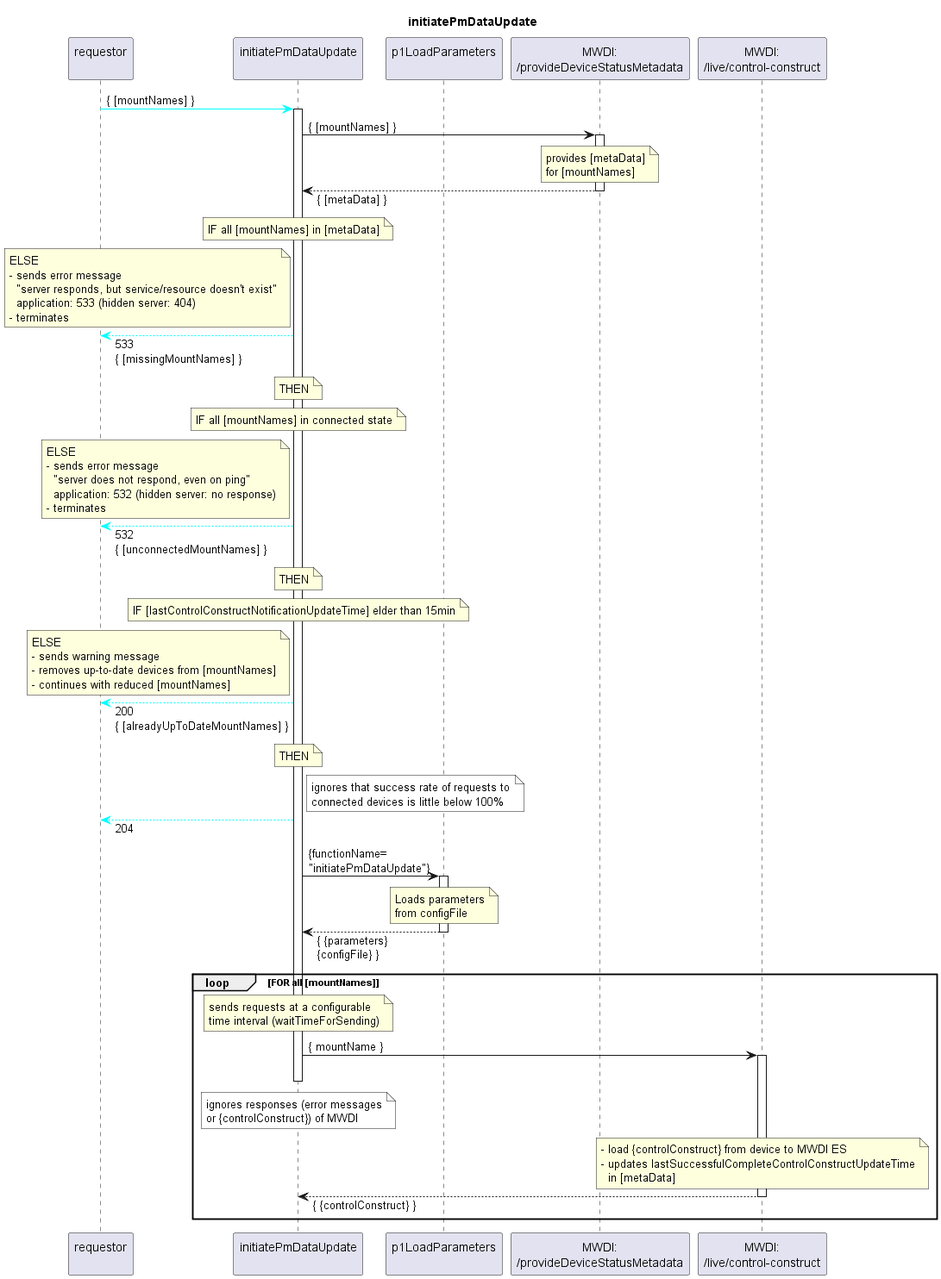
This is spec/Services/initiatePmDataUpdate/1.0.0/initiatePmDataUpdate.png from openBackhaul/DevicePerformanceManagementDataProcessor, a PlantUML export, as it was before one commit.
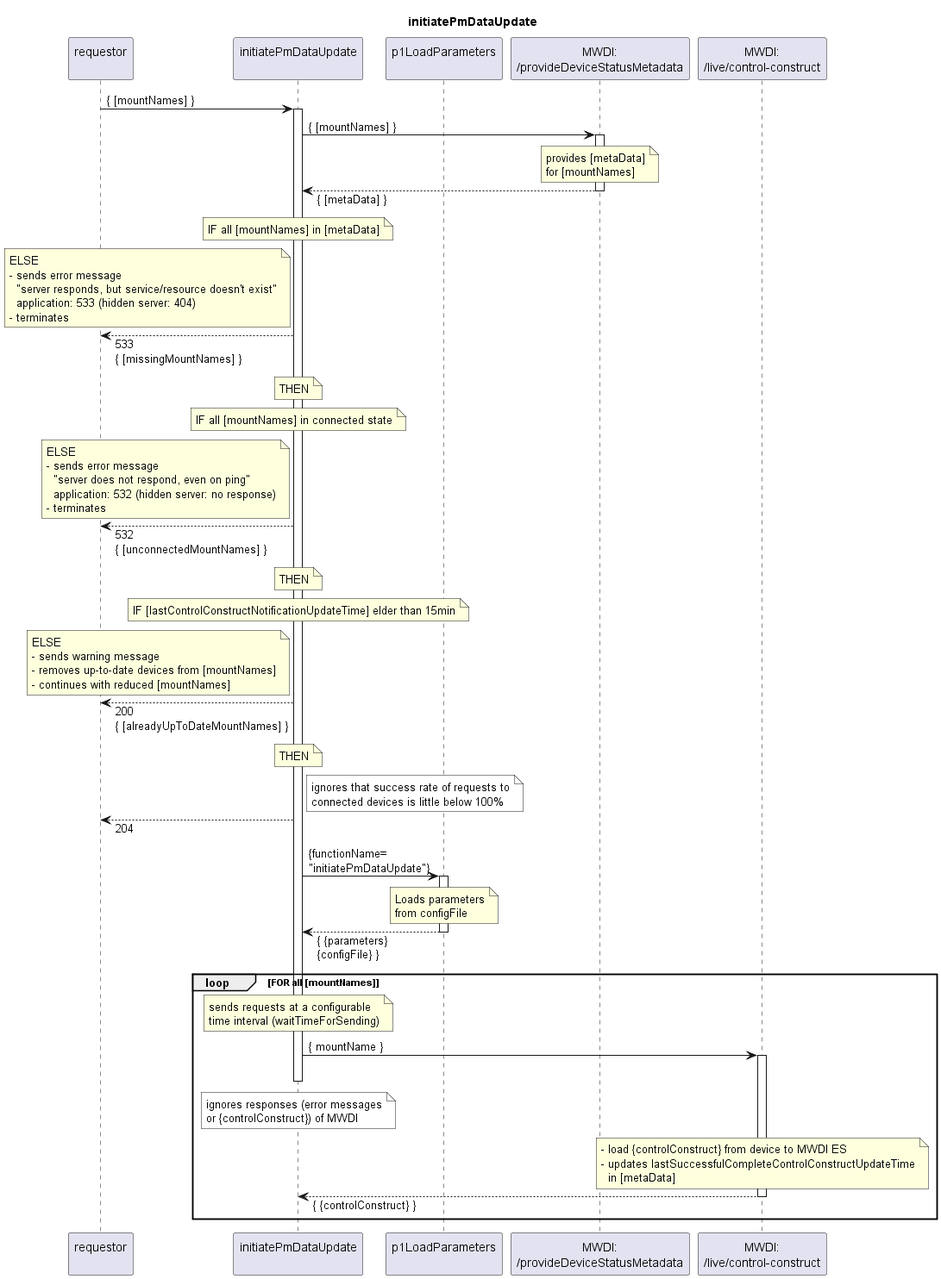
The same file after the commit.

The edit, as a diff of the source:
```diff
@@ -11,7 +11,7 @@
 participant "MWDI:\n/provideDeviceStatusMetadata" as mwdiMeta
 participant "MWDI:\n/live/control-construct" as mwdiLive
 
-tool -[#Cyan]> initUpdate : { [mountNames] }
+tool -> initUpdate : { [mountNames] }
 activate initUpdate
 
   initUpdate -> mwdiMeta : { [mountNames] }
@@ -33,7 +33,7 @@
       application: 533 (hidden server: 404)
     - terminates
   end note
-  tool <-[#Cyan]- initUpdate : 533\n{ [missingMountNames] }
+  tool <-- initUpdate : 533\n{ [missingMountNames] }
   note over initUpdate
     THEN
   end note
@@ -48,7 +48,7 @@
       application: 532 (hidden server: no response)
     - terminates
   end note
-  tool <-[#Cyan]- initUpdate : 532\n{ [unconnectedMountNames] }
+  tool <-- initUpdate : 532\n{ [unconnectedMountNames] }
   note over initUpdate
     THEN
   end note
@@ -62,7 +62,7 @@
     - removes up-to-date devices from [mountNames]
     - continues with reduced [mountNames]
   end note
-  tool <-[#Cyan]- initUpdate : 200\n{ [alreadyUpToDateMountNames] }
+  tool <-- initUpdate : 200\n{ [alreadyUpToDateMountNames] }
   note over initUpdate
     THEN
   end note
@@ -71,7 +71,7 @@
     ignores that success rate of requests to
     connected devices is little below 100%
   end note
-  tool <-[#Cyan]- initUpdate : 204
+  tool <-- initUpdate : 204
 
   initUpdate -> p1LoadParams : {functionName=\n"initiatePmDataUpdate"}
   activate p1LoadParams
```
